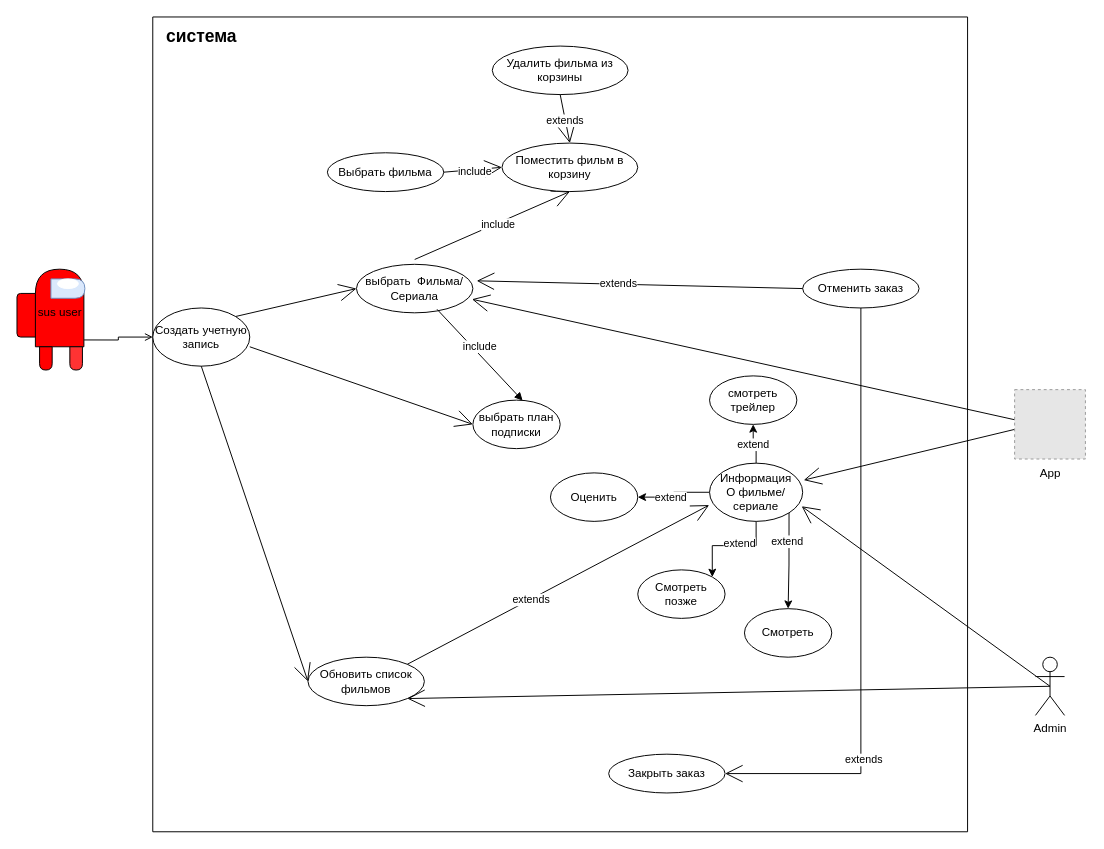
This is 1).drawio from KarimFaik/MSSS, a draw.io file, before an edit. Source tidied: cells renumbered, new cells numbered last; positions are measured from the earlier drawing's top-left corner, leaving out a move shared by most shapes. Both pictures are drawn from the tidied source at 97%, with x=0, y=0 at pixel (7, 16). Pictures stored in the file or linked from it are replaced by grey dashed boxes.
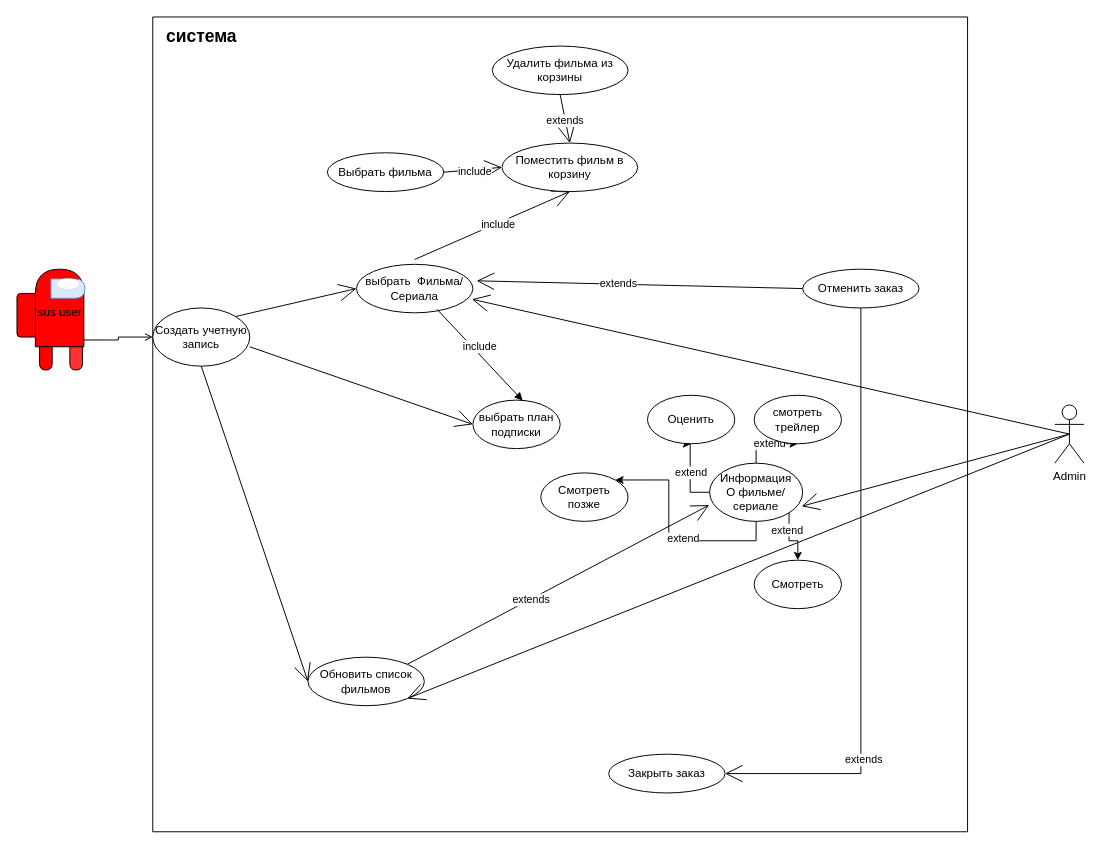
The same page after the edit.

Unchanged cells that the change refers to:
```xml
<mxCell id="6" style="swimlane;startSize=0;" parent="1" vertex="1">
  <mxGeometry x="150" width="840" height="840" as="geometry" />
</mxCell>
<mxCell id="18" value="выбрать&amp;nbsp; Фильма/Сериала" style="ellipse;whiteSpace=wrap;html=1;" parent="6" vertex="1">
  <mxGeometry x="210" y="255" width="120" height="50" as="geometry" />
</mxCell>
<mxCell id="32" value="&lt;div&gt;Информация&lt;/div&gt;О фильме/сериале" style="ellipse;whiteSpace=wrap;html=1;" parent="6" vertex="1">
  <mxGeometry x="574" y="460" width="96" height="60" as="geometry" />
</mxCell>
```

The edit, as a diff of the source:
```diff
@@
-    <mxCell id="4" style="endArrow=open;endSize=16;endFill=0;html=1;rounded=0;entryX=1.011;entryY=0.291;entryDx=0;entryDy=0;exitX=0;exitY=0.3333333333333333;exitDx=0;exitDy=0;exitPerimeter=0;entryPerimeter=0;" parent="1" edge="1" target="32">
-      <mxGeometry relative="1" as="geometry">
-        <mxPoint x="1060" y="420" as="sourcePoint" />
-      </mxGeometry>
-    </mxCell>
-    <mxCell id="5" style="endArrow=open;endSize=16;endFill=0;html=1;rounded=0;exitX=0;exitY=0.3333333333333333;exitDx=0;exitDy=0;exitPerimeter=0;entryX=0.992;entryY=0.72;entryDx=0;entryDy=0;entryPerimeter=0;" parent="1" edge="1" target="18">
-      <mxGeometry relative="1" as="geometry">
-        <mxPoint x="1060" y="420" as="sourcePoint" />
-      </mxGeometry>
+    <mxCell id="5" style="endArrow=open;endSize=16;endFill=0;html=1;rounded=0;exitX=0.5;exitY=0.5;exitDx=0;exitDy=0;exitPerimeter=0;entryX=0.992;entryY=0.72;entryDx=0;entryDy=0;entryPerimeter=0;" parent="1" edge="1" source="52" target="18">
+      <mxGeometry relative="1" as="geometry" />
     </mxCell>
@@
     <mxCell id="40" value="Смотреть позже" style="ellipse;whiteSpace=wrap;html=1;" parent="6" vertex="1">
-      <mxGeometry x="500" y="570" width="90" height="50" as="geometry" />
+      <mxGeometry x="400" y="470" width="90" height="50" as="geometry" />
     </mxCell>
     <mxCell id="41" value="Смотреть" style="ellipse;whiteSpace=wrap;html=1;" parent="6" vertex="1">
-      <mxGeometry x="610" y="610" width="90" height="50" as="geometry" />
+      <mxGeometry x="620" y="560" width="90" height="50" as="geometry" />
     </mxCell>
     <mxCell id="42" value="Оценить" style="ellipse;whiteSpace=wrap;html=1;" parent="6" vertex="1">
-      <mxGeometry x="410" y="470" width="90" height="50" as="geometry" />
+      <mxGeometry x="510" y="390" width="90" height="50" as="geometry" />
     </mxCell>
     <mxCell id="43" value="смотреть трейлер" style="ellipse;whiteSpace=wrap;html=1;" parent="6" vertex="1">
-      <mxGeometry x="574" y="370" width="90" height="50" as="geometry" />
+      <mxGeometry x="620" y="390" width="90" height="50" as="geometry" />
     </mxCell>
@@
     <mxCell id="52" value="Admin" style="shape=umlActor;verticalLabelPosition=bottom;verticalAlign=top;html=1;" parent="1" vertex="1">
-      <mxGeometry x="1060" y="660" width="30" height="60" as="geometry" />
+      <mxGeometry x="1080" y="400" width="30" height="60" as="geometry" />
     </mxCell>
@@
-    <mxCell id="55" style="fillColor=#E6E6E6;strokeColor=#999999;dashed=1;verticalLabelPosition=bottom;labelBackgroundColor=default;verticalAlign=top;" parent="1" vertex="1">
-      <mxGeometry x="1038.5" y="384.2" width="73" height="71.5" as="geometry" />
-    </mxCell>
-    <mxCell id="56" value="App" style="text;html=1;align=center;verticalAlign=middle;strokeColor=none;fillColor=none;" parent="1" vertex="1">
-      <mxGeometry x="1055" y="455.8" width="40" height="30" as="geometry" />
-    </mxCell>
```
